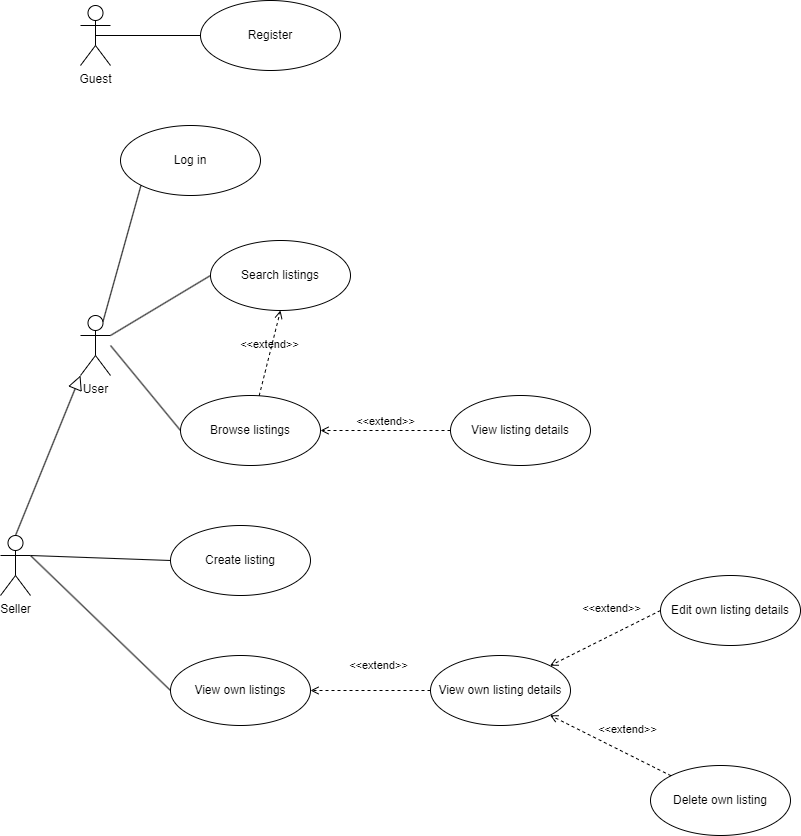
Above: docs/diagrams/use-cases.drawio.png in taurasbear/automotive-marketplace (draw.io), before the change. Source tidied: cells renumbered, new cells last; positions are measured from the earlier drawing's top-left corner, leaving out a move shared by most shapes.
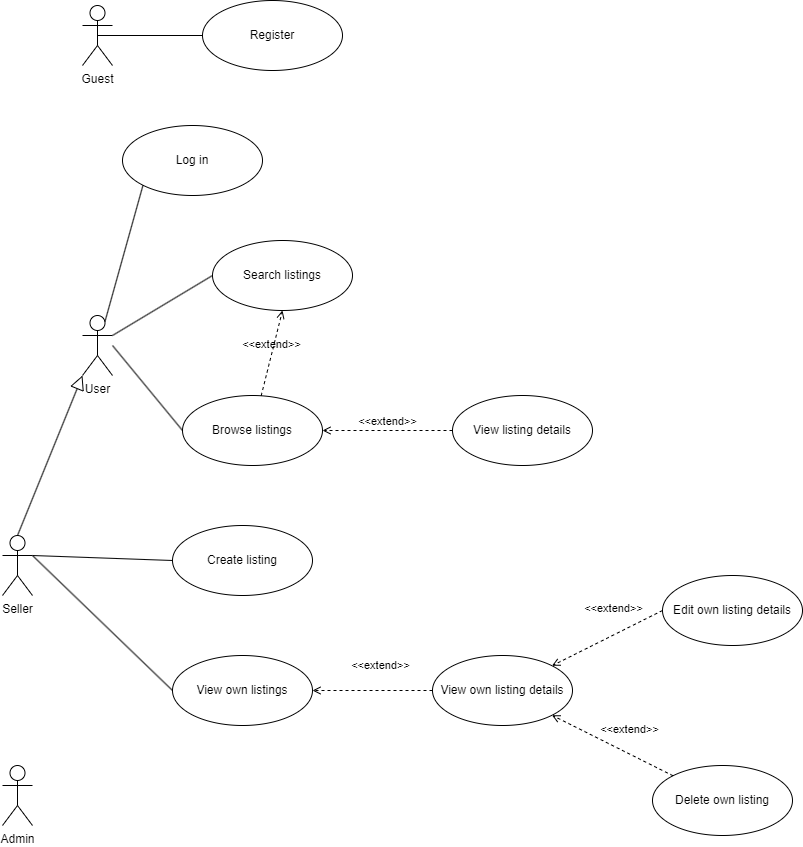
The same file after the commit.

Commit message:
Started entity-relationship modeling using UML class diagram notation.

The edit, as a diff of the source:
```diff
@@ -79,5 +79,8 @@
     <mxCell id="26" value="&amp;lt;&amp;lt;extend&amp;gt;&amp;gt;" style="html=1;verticalAlign=bottom;labelBackgroundColor=none;endArrow=open;endFill=0;dashed=1;rounded=0;entryX=0.5;entryY=1;entryDx=0;entryDy=0;" parent="1" edge="1" source="6" target="13">
       <mxGeometry relative="1" as="geometry" />
     </mxCell>
+    <mxCell id="27" value="Admin" style="shape=umlActor;verticalLabelPosition=bottom;verticalAlign=top;html=1;" parent="1" vertex="1">
+      <mxGeometry y="765" width="30" height="60" as="geometry" />
+    </mxCell>
   </root>
 </mxGraphModel>
```
